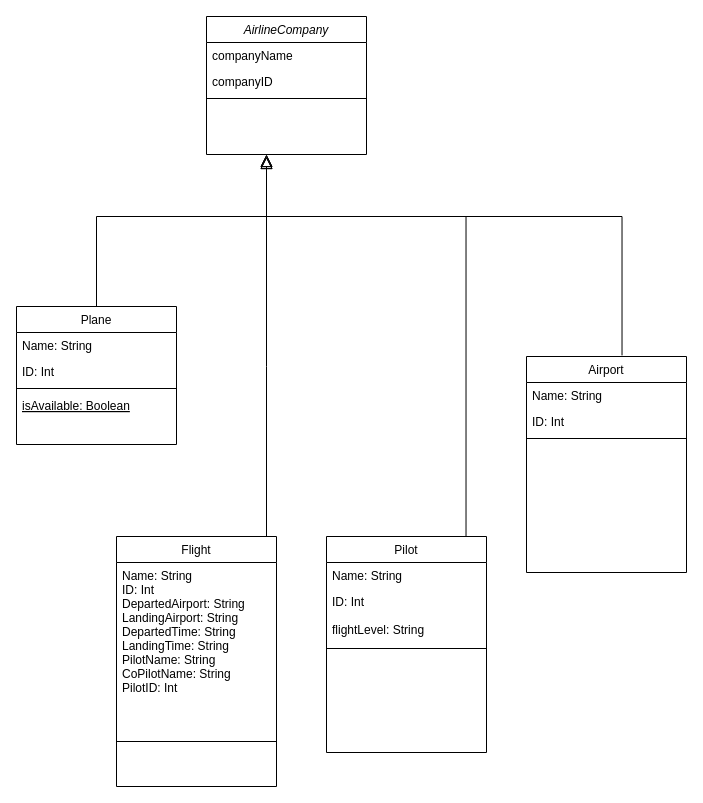
Earlier version of the draw.io diagram AirlineDiagram.drawio (tgbirmak/patika.dev-Projeler). Source tidied: cells renumbered, new cells numbered last; positions are measured from the earlier drawing's top-left corner, leaving out a move shared by most shapes. Both pictures are drawn from the tidied source at 100%, with x=0, y=0 at pixel (16, 16).
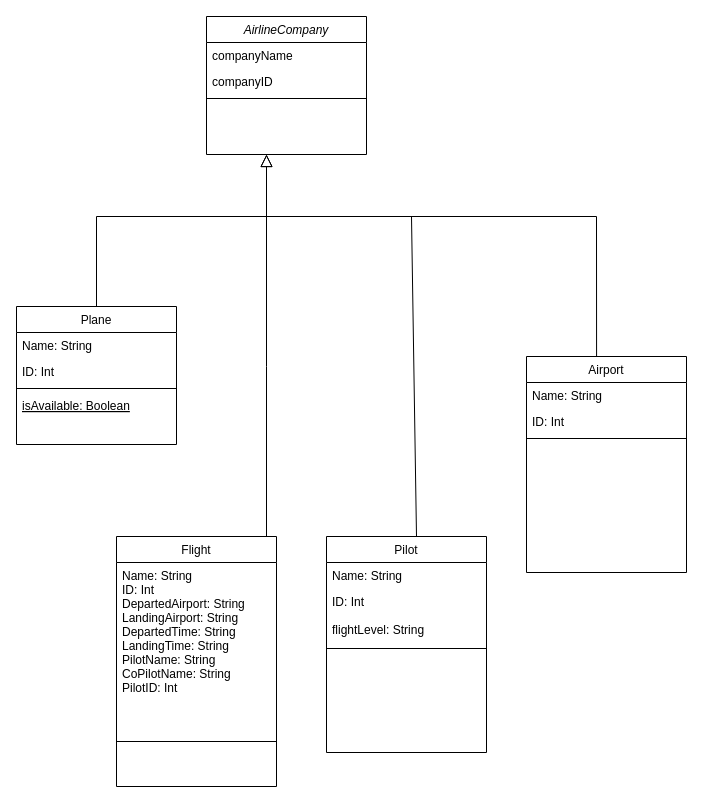
The same diagram, later.

The change refers to these unchanged cells:
```xml
<mxCell id="16" value="Airport" style="swimlane;fontStyle=0;align=center;verticalAlign=top;horizontal=1;startSize=26;rounded=0;shadow=0;strokeWidth=1;" parent="1" vertex="1">
  <mxGeometry x="510" y="340" width="160" height="216" as="geometry" />
</mxCell>
<mxCell id="20" value="Pilot" style="swimlane;fontStyle=0;align=center;verticalAlign=top;horizontal=1;startSize=26;rounded=0;shadow=0;strokeWidth=1;" parent="1" vertex="1">
  <mxGeometry x="310" y="520" width="160" height="216" as="geometry" />
</mxCell>
```

Diff of the diagram source:
```diff
@@
-    <mxCell id="25" style="endArrow=block;endSize=10;endFill=0;shadow=0;strokeWidth=1;rounded=0;edgeStyle=elbowEdgeStyle;elbow=vertical;exitX=0.872;exitY=0;exitDx=0;exitDy=0;exitPerimeter=0;" parent="1" edge="1" source="20">
-      <mxGeometry relative="1" as="geometry">
-        <mxPoint x="250" y="140" as="targetPoint" />
-        <Array as="points">
-          <mxPoint x="250" y="200" />
-          <mxPoint x="90" y="230" />
-        </Array>
-      </mxGeometry>
-    </mxCell>
-    <mxCell id="26" style="endArrow=block;endSize=10;endFill=0;shadow=0;strokeWidth=1;rounded=0;edgeStyle=elbowEdgeStyle;elbow=vertical;exitX=0.597;exitY=-0.005;exitDx=0;exitDy=0;exitPerimeter=0;" parent="1" edge="1" source="16">
-      <mxGeometry relative="1" as="geometry">
-        <mxPoint x="250" y="140" as="targetPoint" />
-        <Array as="points">
-          <mxPoint x="430" y="200" />
-          <mxPoint x="100" y="240" />
-        </Array>
-      </mxGeometry>
-    </mxCell>
+    <mxCell id="27" style="endArrow=none;html=1;rounded=0;entryX=0.438;entryY=0;entryDx=0;entryDy=0;entryPerimeter=0;" parent="1" edge="1" target="16">
+      <mxGeometry relative="1" as="geometry">
+        <mxPoint x="250" y="200" as="sourcePoint" />
+        <Array as="points">
+          <mxPoint x="580" y="200" />
+        </Array>
+      </mxGeometry>
+    </mxCell>
+    <mxCell id="28" style="endArrow=none;html=1;rounded=0;" parent="1" edge="1">
+      <mxGeometry relative="1" as="geometry">
+        <mxPoint x="240" y="200" as="sourcePoint" />
+        <mxPoint x="400" y="520" as="targetPoint" />
+        <Array as="points">
+          <mxPoint x="395" y="200" />
+        </Array>
+      </mxGeometry>
+    </mxCell>
```
